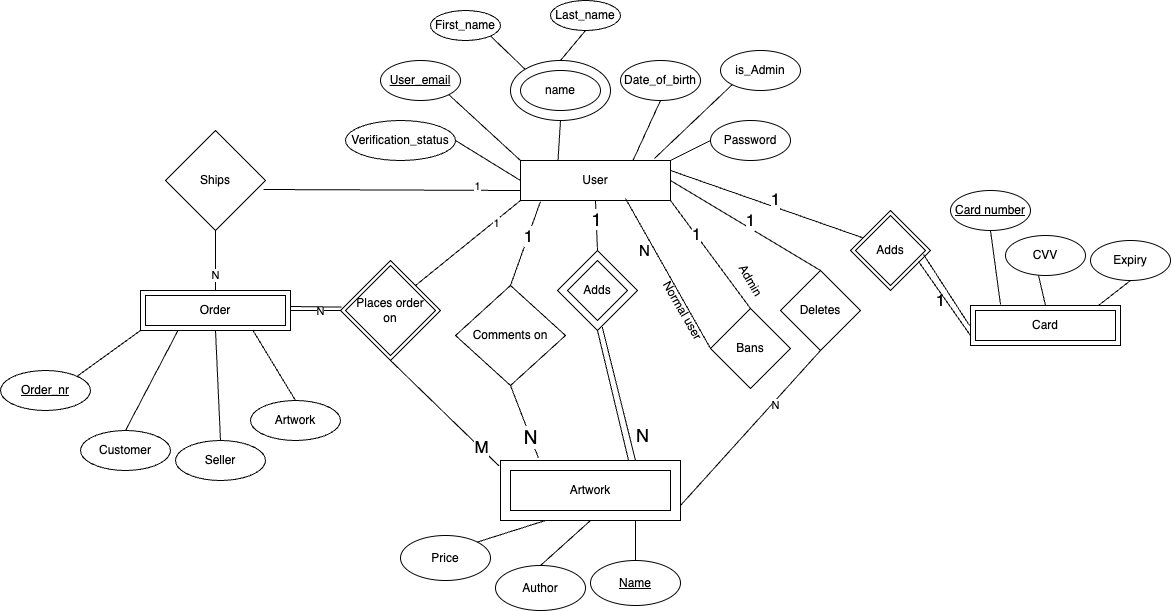
Before: images/EER.drawio.png, a diagram exported from draw.io (kaisaarumeel/ArtZone). Source tidied: cells renumbered, new cells last; positions are measured from the earlier drawing's top-left corner, leaving out a move shared by most shapes.
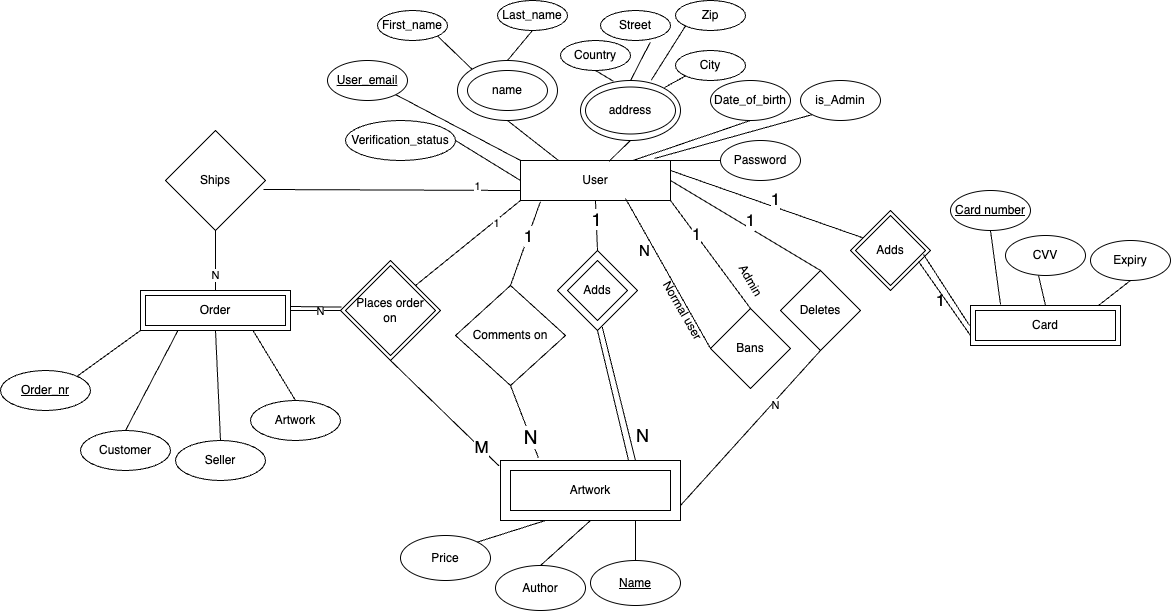
The same file after the commit.

Commit message:
Updated ER diagram. Added address

Diff of the diagram source:
```diff
@@ -2,14 +2,17 @@
   <root>
     <mxCell id="0" />
     <mxCell id="1" parent="0" />
+    <mxCell id="90" style="ellipse;whiteSpace=wrap;html=1;" parent="1" vertex="1">
+      <mxGeometry x="580" y="80" width="100" height="60" as="geometry" />
+    </mxCell>
     <mxCell id="2" value="User" style="rounded=0;whiteSpace=wrap;html=1;" parent="1" vertex="1">
       <mxGeometry x="520" y="160" width="150" height="40" as="geometry" />
     </mxCell>
     <mxCell id="3" value="Date_of_birth" style="ellipse;whiteSpace=wrap;html=1;" parent="1" vertex="1">
-      <mxGeometry x="620" y="60" width="80" height="40" as="geometry" />
+      <mxGeometry x="710" y="80" width="80" height="40" as="geometry" />
     </mxCell>
     <mxCell id="4" value="Password" style="ellipse;whiteSpace=wrap;html=1;" parent="1" vertex="1">
-      <mxGeometry x="710" y="120" width="80" height="40" as="geometry" />
+      <mxGeometry x="720" y="140" width="80" height="40" as="geometry" />
     </mxCell>
     <mxCell id="5" value="Verification_status" style="ellipse;whiteSpace=wrap;html=1;" parent="1" vertex="1">
       <mxGeometry x="345" y="120" width="110" height="40" as="geometry" />
@@ -47,8 +50,10 @@
     <mxCell id="16" style="endArrow=none;html=1;rounded=0;entryX=0.5;entryY=1;entryDx=0;entryDy=0;exitX=0.75;exitY=0;exitDx=0;exitDy=0;" parent="1" edge="1" source="2" target="3">
       <mxGeometry relative="1" as="geometry" />
     </mxCell>
-    <mxCell id="17" style="endArrow=none;html=1;rounded=0;entryX=0.5;entryY=1;entryDx=0;entryDy=0;exitX=0.25;exitY=0;exitDx=0;exitDy=0;" parent="1" edge="1" source="2" target="38">
-      <mxGeometry relative="1" as="geometry" />
+    <mxCell id="17" style="endArrow=none;html=1;rounded=0;entryX=0.5;entryY=1;entryDx=0;entryDy=0;" parent="1" edge="1" target="38">
+      <mxGeometry relative="1" as="geometry">
+        <mxPoint x="558" y="160" as="sourcePoint" />
+      </mxGeometry>
     </mxCell>
     <mxCell id="18" style="endArrow=none;html=1;rounded=0;entryX=1;entryY=1;entryDx=0;entryDy=0;exitX=0;exitY=0;exitDx=0;exitDy=0;" parent="1" edge="1" source="2" target="44">
       <mxGeometry relative="1" as="geometry" />
@@ -110,7 +115,7 @@
       <mxGeometry x="-0.66" y="-1" relative="1" as="geometry" />
     </mxCell>
     <mxCell id="37" style="group;" parent="1" vertex="1">
-      <mxGeometry x="430" y="10" width="190" height="110" as="geometry" />
+      <mxGeometry x="377" y="10" width="190" height="110" as="geometry" />
     </mxCell>
     <mxCell id="38" style="ellipse;whiteSpace=wrap;html=1;" parent="37" vertex="1">
       <mxGeometry x="80" y="50" width="100" height="60" as="geometry" />
@@ -224,7 +229,7 @@
       <mxGeometry x="145" y="295" width="140" height="30" as="geometry" />
     </mxCell>
     <mxCell id="73" value="is_Admin" style="ellipse;whiteSpace=wrap;html=1;" parent="1" vertex="1">
-      <mxGeometry x="720" y="50" width="80" height="40" as="geometry" />
+      <mxGeometry x="800" y="80" width="80" height="40" as="geometry" />
     </mxCell>
     <mxCell id="74" style="endArrow=none;html=1;rounded=0;entryX=0;entryY=1;entryDx=0;entryDy=0;exitX=0.893;exitY=-0.05;exitDx=0;exitDy=0;exitPerimeter=0;" parent="1" edge="1" source="2" target="73">
       <mxGeometry relative="1" as="geometry" />
@@ -276,5 +281,37 @@
     <mxCell id="89" value="Adds" style="rhombus;whiteSpace=wrap;html=1;direction=north;" parent="1" vertex="1">
       <mxGeometry x="855" y="215" width="70" height="70" as="geometry" />
     </mxCell>
+    <mxCell id="91" value="address" style="ellipse;whiteSpace=wrap;html=1;" parent="1" vertex="1">
+      <mxGeometry x="585" y="86.5" width="90" height="47" as="geometry" />
+    </mxCell>
+    <mxCell id="92" value="Zip" style="ellipse;whiteSpace=wrap;html=1;" parent="1" vertex="1">
+      <mxGeometry x="675" width="70" height="30" as="geometry" />
+    </mxCell>
+    <mxCell id="93" value="Street" style="ellipse;whiteSpace=wrap;html=1;" parent="1" vertex="1">
+      <mxGeometry x="600" y="10" width="70" height="30" as="geometry" />
+    </mxCell>
+    <mxCell id="94" value="City" style="ellipse;whiteSpace=wrap;html=1;" parent="1" vertex="1">
+      <mxGeometry x="675" y="50" width="70" height="30" as="geometry" />
+    </mxCell>
+    <mxCell id="95" value="Country" style="ellipse;whiteSpace=wrap;html=1;" parent="1" vertex="1">
+      <mxGeometry x="560" y="40" width="70" height="30" as="geometry" />
+    </mxCell>
+    <mxCell id="96" style="endArrow=none;html=1;rounded=0;entryX=0;entryY=1;entryDx=0;entryDy=0;exitX=0.893;exitY=-0.05;exitDx=0;exitDy=0;exitPerimeter=0;" parent="1" edge="1" target="94">
+      <mxGeometry relative="1" as="geometry">
+        <mxPoint x="664" y="87" as="sourcePoint" />
+      </mxGeometry>
+    </mxCell>
+    <mxCell id="97" style="endArrow=none;html=1;rounded=0;entryX=0.5;entryY=1;entryDx=0;entryDy=0;exitX=0.33;exitY=0.013;exitDx=0;exitDy=0;exitPerimeter=0;" parent="1" edge="1" source="90" target="95">
+      <mxGeometry relative="1" as="geometry" />
+    </mxCell>
+    <mxCell id="98" style="endArrow=none;html=1;rounded=0;entryX=0;entryY=1;entryDx=0;entryDy=0;exitX=0.708;exitY=-0.006;exitDx=0;exitDy=0;exitPerimeter=0;" parent="1" edge="1" source="90" target="92">
+      <mxGeometry relative="1" as="geometry" />
+    </mxCell>
+    <mxCell id="99" style="endArrow=none;html=1;rounded=0;entryX=0.71;entryY=1.063;entryDx=0;entryDy=0;exitX=0.5;exitY=0;exitDx=0;exitDy=0;entryPerimeter=0;" parent="1" edge="1" source="90" target="93">
+      <mxGeometry relative="1" as="geometry" />
+    </mxCell>
+    <mxCell id="100" style="endArrow=none;html=1;rounded=0;entryX=0.5;entryY=1;entryDx=0;entryDy=0;exitX=0.59;exitY=0.019;exitDx=0;exitDy=0;exitPerimeter=0;" parent="1" edge="1" source="2" target="90">
+      <mxGeometry relative="1" as="geometry" />
+    </mxCell>
   </root>
 </mxGraphModel>
```
